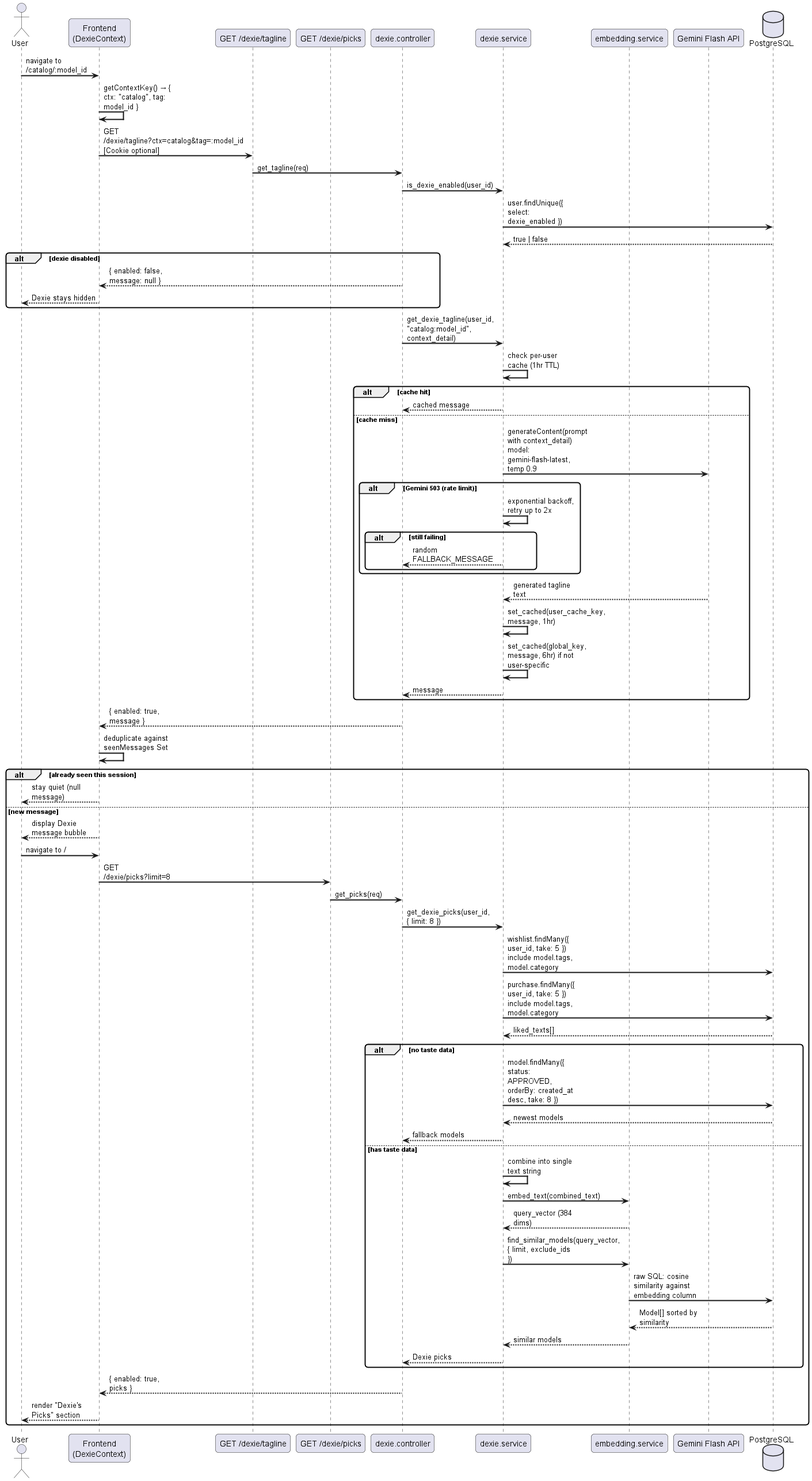
Earlier version of the PlantUML export docs/diagrams/exports/sequence/dexie/sequence_dexie_tagline_picks.png (Schryzon/3Dex).
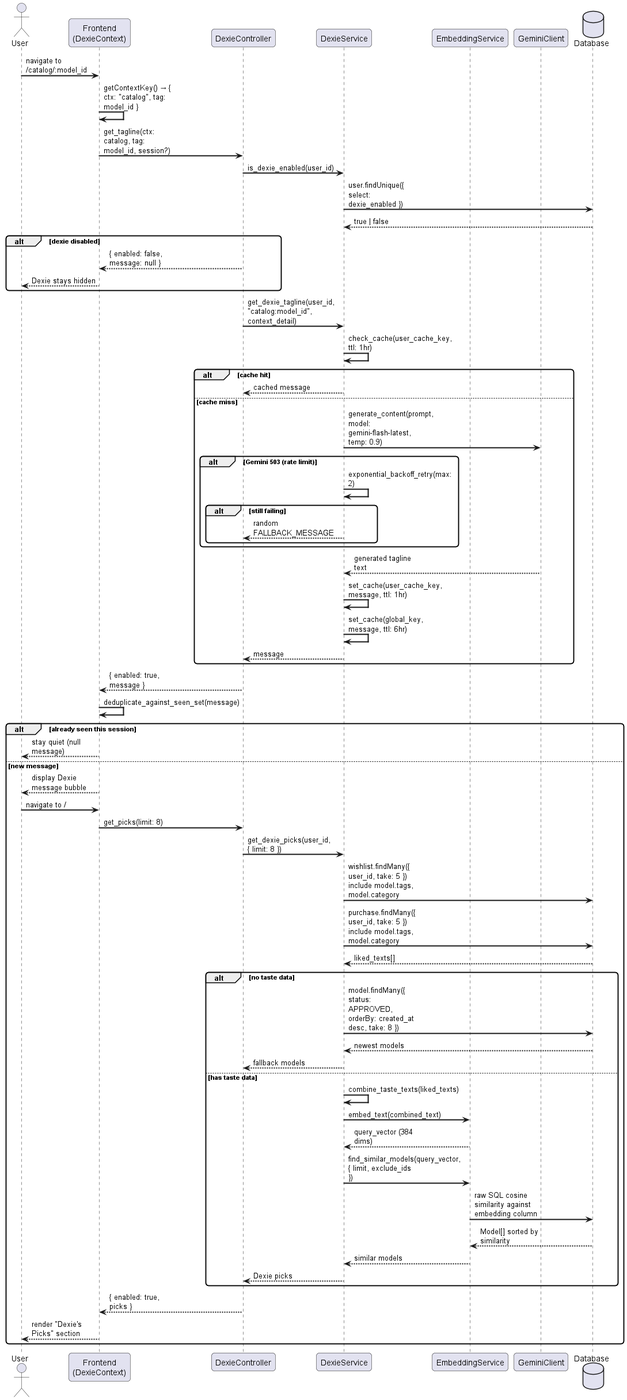
The same diagram one commit later.

Change to the diagram source:
```diff
@@ -5,18 +5,15 @@
 
 actor "User" as U
 participant "Frontend\n(DexieContext)" as FE
-participant "GET /dexie/tagline" as TAPI
-participant "GET /dexie/picks" as PAPI
-participant "dexie.controller" as DC
-participant "dexie.service" as DS
-participant "embedding.service" as ES
-participant "Gemini Flash API" as GM
-database "PostgreSQL" as DB
+participant "DexieController" as DC
+participant "DexieService" as DS
+participant "EmbeddingService" as ES
+participant "GeminiClient" as GM
+database "Database" as DB
 
 U -> FE : navigate to /catalog/:model_id
 FE -> FE : getContextKey() → { ctx: "catalog", tag: model_id }
-FE -> TAPI : GET /dexie/tagline?ctx=catalog&tag=:model_id\n[Cookie optional]
-TAPI -> DC : get_tagline(req)
+FE -> DC : get_tagline(ctx: catalog, tag: model_id, session?)
 DC -> DS : is_dexie_enabled(user_id)
 DS -> DB : user.findUnique({ select: dexie_enabled })
 DB --> DS : true | false
@@ -26,32 +23,31 @@
 end
 
 DC -> DS : get_dexie_tagline(user_id, "catalog:model_id", context_detail)
-DS -> DS : check per-user cache (1hr TTL)
+DS -> DS : check_cache(user_cache_key, ttl: 1hr)
 alt cache hit
     DS --> DC : cached message
 else cache miss
-    DS -> GM : generateContent(prompt with context_detail)\nmodel: gemini-flash-latest, temp 0.9
+    DS -> GM : generate_content(prompt, model: gemini-flash-latest, temp: 0.9)
     alt Gemini 503 (rate limit)
-        DS -> DS : exponential backoff, retry up to 2x
+        DS -> DS : exponential_backoff_retry(max: 2)
         alt still failing
             DS --> DC : random FALLBACK_MESSAGE
         end
     end
     GM --> DS : generated tagline text
-    DS -> DS : set_cached(user_cache_key, message, 1hr)
-    DS -> DS : set_cached(global_key, message, 6hr) if not user-specific
+    DS -> DS : set_cache(user_cache_key, message, ttl: 1hr)
+    DS -> DS : set_cache(global_key, message, ttl: 6hr)
     DS --> DC : message
 end
 DC --> FE : { enabled: true, message }
-FE -> FE : deduplicate against seenMessages Set
+FE -> FE : deduplicate_against_seen_set(message)
 alt already seen this session
     FE --> U : stay quiet (null message)
 else new message
     FE --> U : display Dexie message bubble
 
     U -> FE : navigate to /
-    FE -> PAPI : GET /dexie/picks?limit=8
-    PAPI -> DC : get_picks(req)
+    FE -> DC : get_picks(limit: 8)
     DC -> DS : get_dexie_picks(user_id, { limit: 8 })
     DS -> DB : wishlist.findMany({ user_id, take: 5 })\ninclude model.tags, model.category
     DS -> DB : purchase.findMany({ user_id, take: 5 })\ninclude model.tags, model.category
@@ -61,11 +57,11 @@
         DB --> DS : newest models
         DS --> DC : fallback models
     else has taste data
-        DS -> DS : combine into single text string
+        DS -> DS : combine_taste_texts(liked_texts)
         DS -> ES : embed_text(combined_text)
         ES --> DS : query_vector (384 dims)
         DS -> ES : find_similar_models(query_vector, { limit, exclude_ids })
-        ES -> DB : raw SQL: cosine similarity against embedding column
+        ES -> DB : raw SQL cosine similarity against embedding column
         DB --> ES : Model[] sorted by similarity
         ES --> DS : similar models
         DS --> DC : Dexie picks
```
